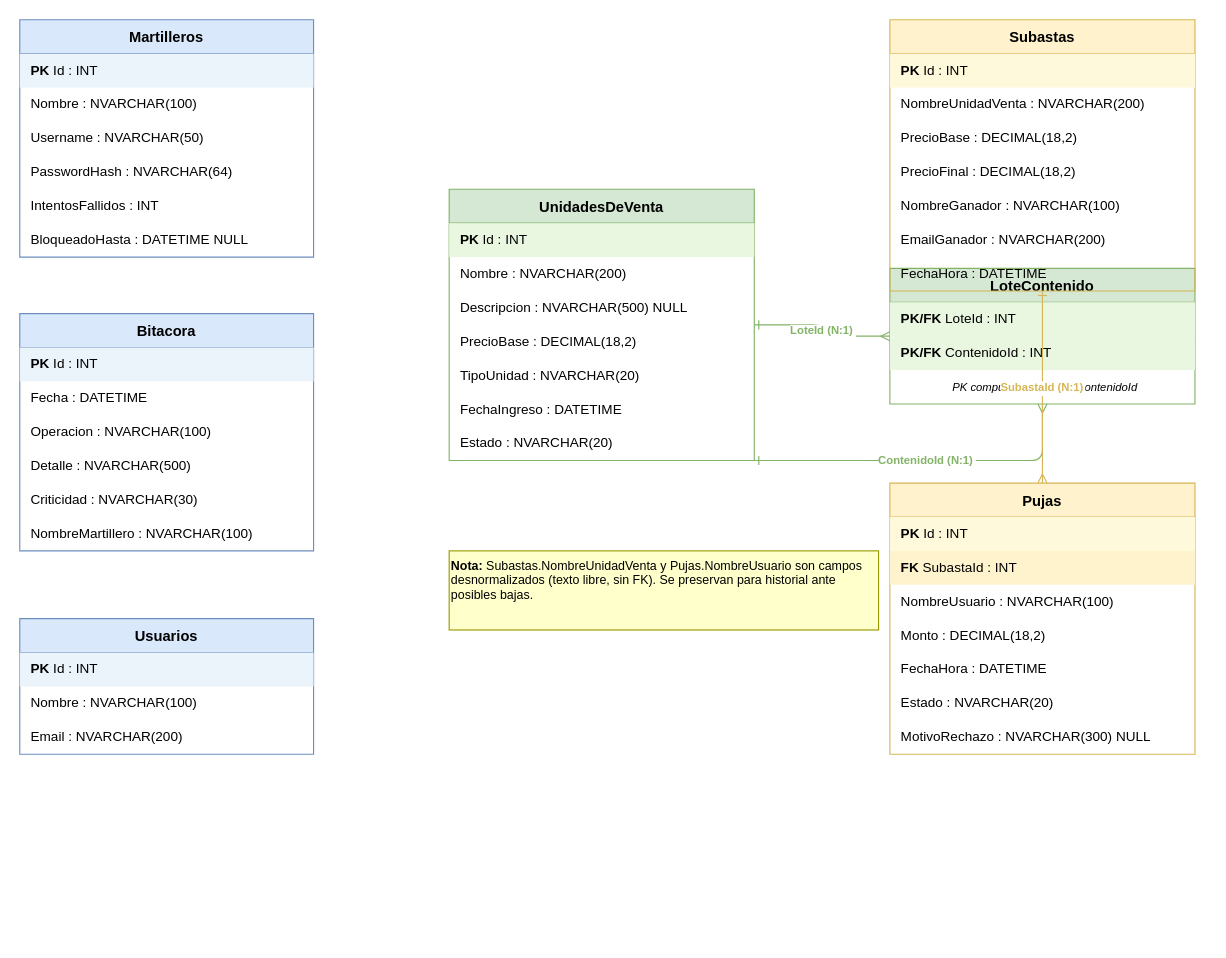
Before: Primer Parcial/PrimerParcial-Morana,Valentina/Diagramas/DER_AlmonedaNacional.drawio in valentinamorana/Parciales-Ingenieria_Software, a draw.io diagram. Source tidied: cells renumbered, new cells numbered last; positions are measured from the earlier drawing's top-left corner, leaving out a move shared by most shapes. Both pictures are drawn from the tidied source at 113%, with x=0, y=0 at pixel (19, 19).
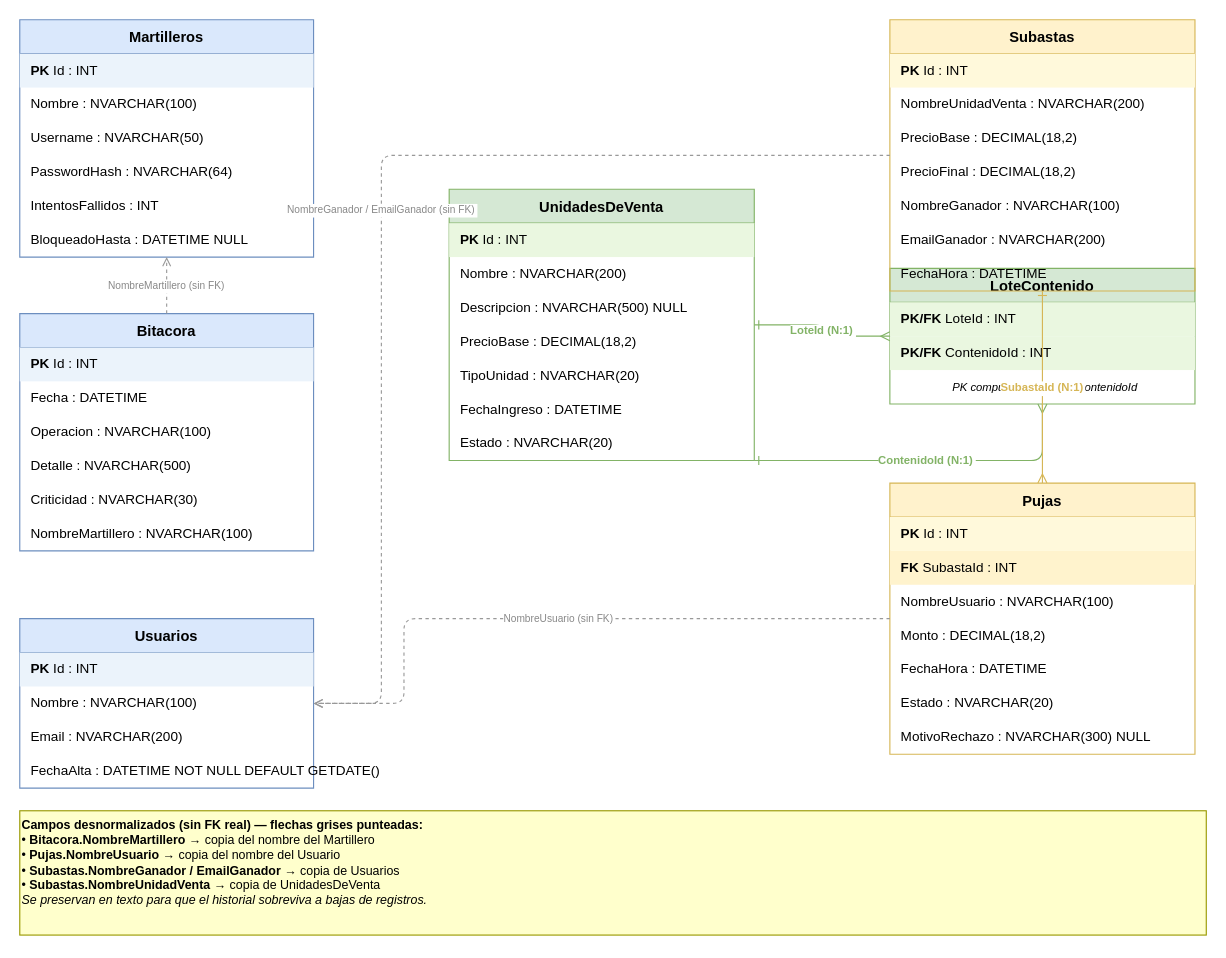
After the change.

Commit message:
DER: agregar relaciones conceptuales sin FK y FechaAlta en Usuarios

Agrega 3 flechas punteadas grises que muestran campos desnormalizados:
- Bitacora.NombreMartillero → Martilleros (sin FK, historial de auditoría)
- Pujas.NombreUsuario → Usuarios (sin FK, historial de pujas)
- Subastas.NombreGanador/EmailGanador → Usuarios (sin FK, historial)
Agrega campo FechaAlta a tabla Usuarios. Actualiza nota explicativa.

The change refers to these unchanged cells:
```xml
<mxCell id="2" value="Martilleros" style="swimlane;fontStyle=1;startSize=30;fillColor=#dae8fc;strokeColor=#6c8ebf;fontSize=13;" parent="1" vertex="1">
  <mxGeometry width="260" height="210" as="geometry" />
</mxCell>
<mxCell id="9" value="Bitacora" style="swimlane;fontStyle=1;startSize=30;fillColor=#dae8fc;strokeColor=#6c8ebf;fontSize=13;" parent="1" vertex="1">
  <mxGeometry y="260" width="260" height="210" as="geometry" />
</mxCell>
<mxCell id="32" value="Subastas" style="swimlane;fontStyle=1;startSize=30;fillColor=#fff2cc;strokeColor=#d6b656;fontSize=13;" parent="1" vertex="1">
  <mxGeometry x="770" width="270" height="240" as="geometry" />
</mxCell>
<mxCell id="40" value="Pujas" style="swimlane;fontStyle=1;startSize=30;fillColor=#fff2cc;strokeColor=#d6b656;fontSize=13;" parent="1" vertex="1">
  <mxGeometry x="770" y="410" width="270" height="240" as="geometry" />
</mxCell>
```

What changed in the source:
```diff
@@
     <mxCell id="16" value="Usuarios" style="swimlane;fontStyle=1;startSize=30;fillColor=#dae8fc;strokeColor=#6c8ebf;fontSize=13;" parent="1" vertex="1">
-      <mxGeometry y="530" width="260" height="120" as="geometry" />
+      <mxGeometry y="530" width="260" height="150" as="geometry" />
     </mxCell>
@@
+    <mxCell id="52" value="FechaAlta : DATETIME NOT NULL DEFAULT GETDATE()" style="text;strokeColor=none;fillColor=none;align=left;verticalAlign=middle;spacingLeft=8;html=1;" parent="16" vertex="1">
+      <mxGeometry y="120" width="260" height="30" as="geometry" />
+    </mxCell>
@@
-    <mxCell id="51" value="&lt;b&gt;Nota:&lt;/b&gt; Subastas.NombreUnidadVenta y Pujas.NombreUsuario son campos desnormalizados (texto libre, sin FK). Se preservan para historial ante posibles bajas." style="text;html=1;align=left;verticalAlign=top;whiteSpace=wrap;overflow=hidden;fillColor=#ffffcc;strokeColor=#999900;fontSize=11;" parent="1" vertex="1">
-      <mxGeometry x="380" y="470" width="380" height="70" as="geometry" />
+    <mxCell id="51" value="&lt;b&gt;Campos desnormalizados (sin FK real) — flechas grises punteadas:&lt;/b&gt;&lt;br&gt;• &lt;b&gt;Bitacora.NombreMartillero&lt;/b&gt; → copia del nombre del Martillero&lt;br&gt;• &lt;b&gt;Pujas.NombreUsuario&lt;/b&gt; → copia del nombre del Usuario&lt;br&gt;• &lt;b&gt;Subastas.NombreGanador / EmailGanador&lt;/b&gt; → copia de Usuarios&lt;br&gt;• &lt;b&gt;Subastas.NombreUnidadVenta&lt;/b&gt; → copia de UnidadesDeVenta&lt;br&gt;&lt;i&gt;Se preservan en texto para que el historial sobreviva a bajas de registros.&lt;/i&gt;" style="text;html=1;align=left;verticalAlign=top;whiteSpace=wrap;overflow=hidden;fillColor=#ffffcc;strokeColor=#999900;fontSize=11;" parent="1" vertex="1">
+      <mxGeometry y="700" width="1050" height="110" as="geometry" />
     </mxCell>
+    <mxCell id="53" value="NombreMartillero (sin FK)" style="dashed=1;endArrow=open;endFill=0;strokeColor=#999999;fontColor=#888888;fontSize=9;edgeStyle=orthogonalEdgeStyle;exitX=0.5;exitY=0;exitDx=0;exitDy=0;entryX=0.5;entryY=1;entryDx=0;entryDy=0;" parent="1" edge="1" source="9" target="2">
+      <mxGeometry relative="1" as="geometry" />
+    </mxCell>
+    <mxCell id="54" value="NombreUsuario (sin FK)" style="dashed=1;endArrow=open;endFill=0;strokeColor=#999999;fontColor=#888888;fontSize=9;edgeStyle=orthogonalEdgeStyle;exitX=0;exitY=0.5;exitDx=0;exitDy=0;entryX=1;entryY=0.5;entryDx=0;entryDy=0;" parent="1" edge="1" source="40" target="16">
+      <mxGeometry relative="1" as="geometry">
+        <Array as="points">
+          <mxPoint x="340" y="530" />
+          <mxPoint x="340" y="605" />
+        </Array>
+      </mxGeometry>
+    </mxCell>
+    <mxCell id="55" value="NombreGanador / EmailGanador (sin FK)" style="dashed=1;endArrow=open;endFill=0;strokeColor=#999999;fontColor=#888888;fontSize=9;edgeStyle=orthogonalEdgeStyle;exitX=0;exitY=0.5;exitDx=0;exitDy=0;entryX=1;entryY=0.5;entryDx=0;entryDy=0;" parent="1" edge="1" source="32" target="16">
+      <mxGeometry relative="1" as="geometry">
+        <Array as="points">
+          <mxPoint x="320" y="120" />
+          <mxPoint x="320" y="605" />
+        </Array>
+      </mxGeometry>
+    </mxCell>
```
